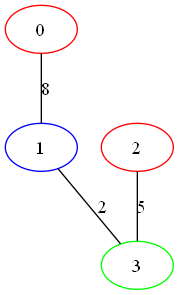
Earlier version of the Graphviz export coloracao-de-grafo/grafoColorido.png (nand1nha/Tecnica-de-programacao-avancada). Its source is kept beside it as coloracao-de-grafo/grafoColorido.dot.
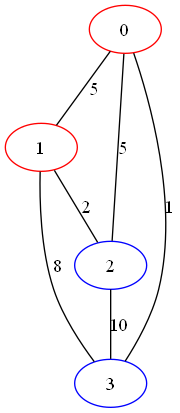
The same diagram one commit later.

What changed in the source:
```diff
@@ -1,9 +1,12 @@
 graph G {
   0[color=red];
-  1[color=blue];
-  2[color=red];
-  3[color=green];
-  0 -- 1 [label=8,weight=8];
-  1 -- 3 [label=2,weight=2];
-  2 -- 3 [label=5,weight=5];
+  1[color=red];
+  2[color=blue];
+  3[color=blue];
+  0 -- 2 [label=5,weight=5];
+  0 -- 3 [label=1,weight=1];
+  0 -- 1 [label=5,weight=5];
+  1 -- 2 [label=2,weight=2];
+  1 -- 3 [label=8,weight=8];
+  2 -- 3 [label=10,weight=10];
 }
```
